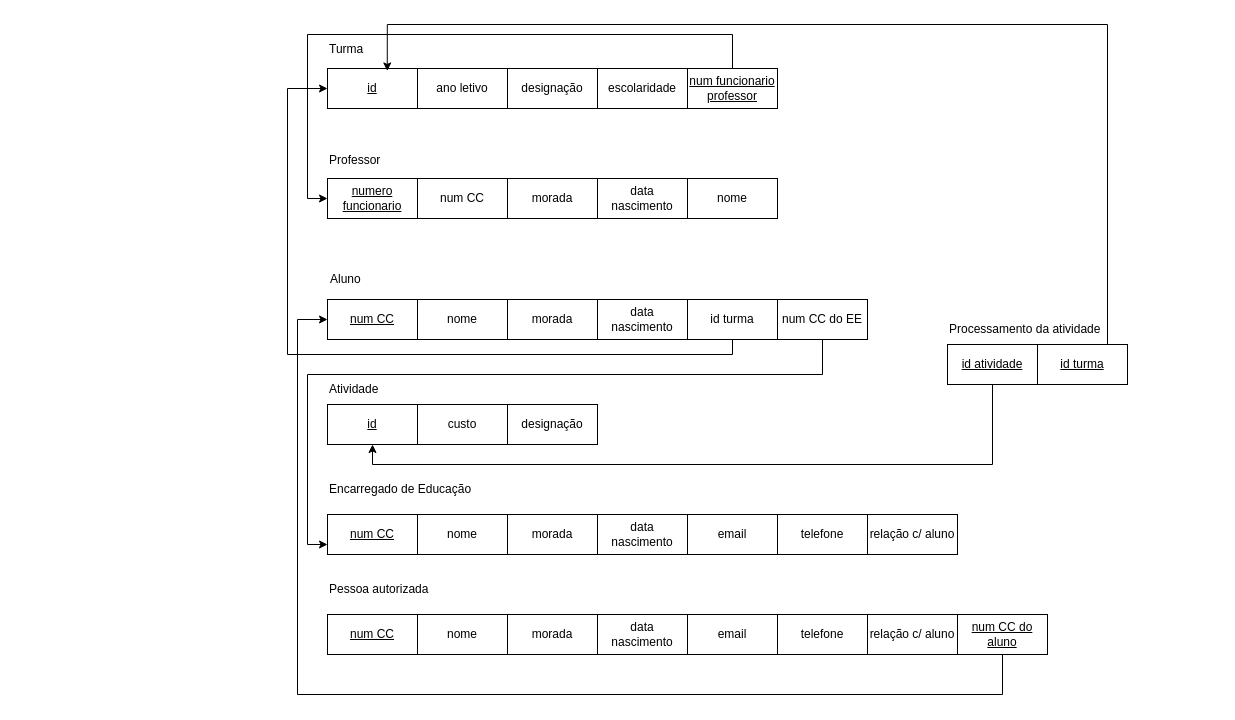
Before: Guião3/drawio/ex3_3d.drawio in rtavares018/BD, a draw.io diagram. Source tidied: cells renumbered, new cells numbered last; positions are measured from the earlier drawing's top-left corner, leaving out a move shared by most shapes. Both pictures are drawn from the tidied source at 100%, with x=0, y=0 at pixel (287, 24).
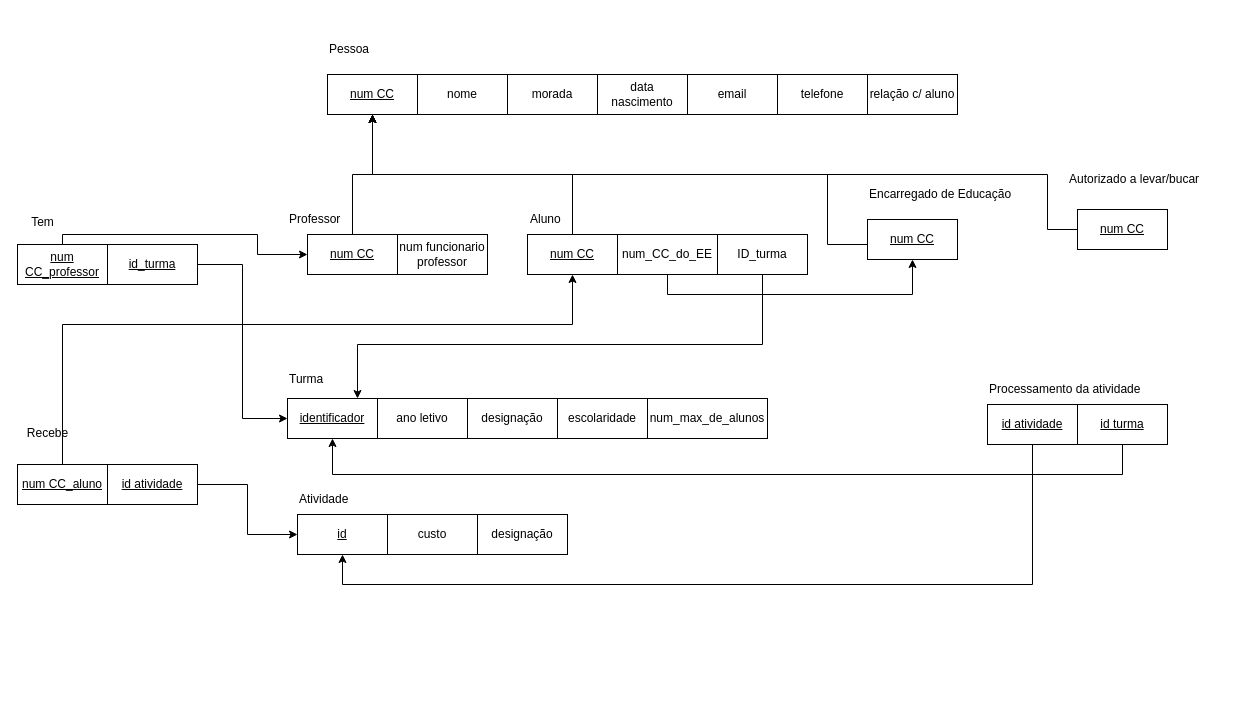
After the change.

What changed in the source:
```diff
@@
     <mxCell id="2" value="Turma" style="text;html=1;align=left;verticalAlign=middle;whiteSpace=wrap;rounded=0;" parent="1" vertex="1">
-      <mxGeometry x="40" y="10" width="60" height="30" as="geometry" />
+      <mxGeometry y="340" width="60" height="30" as="geometry" />
     </mxCell>
-    <mxCell id="3" value="&lt;u&gt;id&lt;/u&gt;" style="rounded=0;whiteSpace=wrap;html=1;" parent="1" vertex="1">
-      <mxGeometry x="40" y="44" width="90" height="40" as="geometry" />
+    <mxCell id="3" value="&lt;u&gt;identificador&lt;/u&gt;" style="rounded=0;whiteSpace=wrap;html=1;" parent="1" vertex="1">
+      <mxGeometry y="374" width="90" height="40" as="geometry" />
     </mxCell>
     <mxCell id="4" value="ano letivo" style="rounded=0;whiteSpace=wrap;html=1;" parent="1" vertex="1">
-      <mxGeometry x="130" y="44" width="90" height="40" as="geometry" />
+      <mxGeometry x="90" y="374" width="90" height="40" as="geometry" />
     </mxCell>
     <mxCell id="5" value="designação" style="rounded=0;whiteSpace=wrap;html=1;" parent="1" vertex="1">
-      <mxGeometry x="220" y="44" width="90" height="40" as="geometry" />
+      <mxGeometry x="180" y="374" width="90" height="40" as="geometry" />
     </mxCell>
-    <mxCell id="6" value="escolaridade" style="rounded=0;whiteSpace=wrap;html=1;" parent="1" vertex="1">
-      <mxGeometry x="310" y="44" width="90" height="40" as="geometry" />
+    <mxCell id="6" value="num_max_de_alunos" style="rounded=0;whiteSpace=wrap;html=1;" parent="1" vertex="1">
+      <mxGeometry x="360" y="374" width="120" height="40" as="geometry" />
     </mxCell>
     <mxCell id="7" value="Professor" style="text;html=1;align=left;verticalAlign=middle;whiteSpace=wrap;rounded=0;" parent="1" vertex="1">
-      <mxGeometry x="40" y="121" width="60" height="30" as="geometry" />
+      <mxGeometry y="180" width="60" height="30" as="geometry" />
     </mxCell>
-    <mxCell id="8" value="numero funcionario" style="rounded=0;whiteSpace=wrap;html=1;fontStyle=4;" parent="1" vertex="1">
-      <mxGeometry x="40" y="154" width="90" height="40" as="geometry" />
-    </mxCell>
+    <mxCell id="51" style="edgeStyle=orthogonalEdgeStyle;rounded=0;jettySize=auto;html=1;" parent="1" edge="1" source="9" target="35">
+      <mxGeometry relative="1" as="geometry" />
+    </mxCell>
-    <mxCell id="9" value="num CC" style="rounded=0;whiteSpace=wrap;html=1;" parent="1" vertex="1">
-      <mxGeometry x="130" y="154" width="90" height="40" as="geometry" />
+    <mxCell id="9" value="&lt;u&gt;num CC&lt;/u&gt;" style="rounded=0;whiteSpace=wrap;html=1;" parent="1" vertex="1">
+      <mxGeometry x="20" y="210" width="90" height="40" as="geometry" />
     </mxCell>
-    <mxCell id="10" style="edgeStyle=orthogonalEdgeStyle;rounded=0;jettySize=auto;html=1;entryX=0;entryY=0.5;entryDx=0;entryDy=0;" parent="1" edge="1" source="11" target="8">
-      <mxGeometry relative="1" as="geometry">
-        <Array as="points">
-          <mxPoint x="445" y="10" />
-          <mxPoint x="20" y="10" />
-          <mxPoint x="20" y="174" />
-        </Array>
-      </mxGeometry>
-    </mxCell>
-    <mxCell id="11" value="&lt;u&gt;num funcionario professor&lt;/u&gt;" style="rounded=0;whiteSpace=wrap;html=1;" parent="1" vertex="1">
-      <mxGeometry x="400" y="44" width="90" height="40" as="geometry" />
-    </mxCell>
-    <mxCell id="12" value="morada" style="rounded=0;whiteSpace=wrap;html=1;" parent="1" vertex="1">
-      <mxGeometry x="220" y="154" width="90" height="40" as="geometry" />
-    </mxCell>
     <mxCell id="13" value="designação" style="rounded=0;whiteSpace=wrap;html=1;" parent="1" vertex="1">
-      <mxGeometry x="220" y="380" width="90" height="40" as="geometry" />
+      <mxGeometry x="190" y="490" width="90" height="40" as="geometry" />
     </mxCell>
-    <mxCell id="14" value="data nascimento" style="rounded=0;whiteSpace=wrap;html=1;" parent="1" vertex="1">
-      <mxGeometry x="310" y="154" width="90" height="40" as="geometry" />
-    </mxCell>
-    <mxCell id="15" value="nome" style="rounded=0;whiteSpace=wrap;html=1;" parent="1" vertex="1">
-      <mxGeometry x="400" y="154" width="90" height="40" as="geometry" />
-    </mxCell>
     <mxCell id="16" value="Aluno" style="text;html=1;align=left;verticalAlign=middle;whiteSpace=wrap;rounded=0;" parent="1" vertex="1">
-      <mxGeometry x="41" y="240" width="60" height="30" as="geometry" />
+      <mxGeometry x="241" y="180" width="60" height="30" as="geometry" />
     </mxCell>
+    <mxCell id="52" style="edgeStyle=orthogonalEdgeStyle;rounded=0;jettySize=auto;html=1;entryX=0.5;entryY=1;entryDx=0;entryDy=0;" parent="1" edge="1" source="17" target="35">
+      <mxGeometry relative="1" as="geometry">
+        <Array as="points">
+          <mxPoint x="285" y="150" />
+          <mxPoint x="85" y="150" />
+        </Array>
+      </mxGeometry>
+    </mxCell>
     <mxCell id="17" value="num CC" style="rounded=0;whiteSpace=wrap;html=1;fontStyle=4;" parent="1" vertex="1">
-      <mxGeometry x="40" y="275" width="90" height="40" as="geometry" />
+      <mxGeometry x="240" y="210" width="90" height="40" as="geometry" />
     </mxCell>
-    <mxCell id="18" value="nome" style="rounded=0;whiteSpace=wrap;html=1;" parent="1" vertex="1">
-      <mxGeometry x="130" y="275" width="90" height="40" as="geometry" />
-    </mxCell>
-    <mxCell id="19" value="morada" style="rounded=0;whiteSpace=wrap;html=1;" parent="1" vertex="1">
-      <mxGeometry x="220" y="275" width="90" height="40" as="geometry" />
-    </mxCell>
-    <mxCell id="20" value="data nascimento" style="rounded=0;whiteSpace=wrap;html=1;" parent="1" vertex="1">
-      <mxGeometry x="310" y="275" width="90" height="40" as="geometry" />
-    </mxCell>
-    <mxCell id="21" style="edgeStyle=orthogonalEdgeStyle;rounded=0;jettySize=auto;html=1;entryX=0;entryY=0.5;entryDx=0;entryDy=0;" parent="1" edge="1" source="22" target="3">
-      <mxGeometry relative="1" as="geometry">
-        <Array as="points">
-          <mxPoint x="445" y="330" />
-          <mxPoint y="330" />
-          <mxPoint y="64" />
-        </Array>
-      </mxGeometry>
-    </mxCell>
-    <mxCell id="22" value="id turma" style="rounded=0;whiteSpace=wrap;html=1;" parent="1" vertex="1">
-      <mxGeometry x="400" y="275" width="90" height="40" as="geometry" />
-    </mxCell>
     <mxCell id="23" value="Atividade" style="text;html=1;align=left;verticalAlign=middle;whiteSpace=wrap;rounded=0;" parent="1" vertex="1">
-      <mxGeometry x="40" y="350" width="60" height="30" as="geometry" />
+      <mxGeometry x="10" y="460" width="60" height="30" as="geometry" />
     </mxCell>
     <mxCell id="24" value="id" style="rounded=0;whiteSpace=wrap;html=1;fontStyle=4;" parent="1" vertex="1">
-      <mxGeometry x="40" y="380" width="90" height="40" as="geometry" />
+      <mxGeometry x="10" y="490" width="90" height="40" as="geometry" />
     </mxCell>
     <mxCell id="25" value="custo" style="rounded=0;whiteSpace=wrap;html=1;" parent="1" vertex="1">
-      <mxGeometry x="130" y="380" width="90" height="40" as="geometry" />
+      <mxGeometry x="100" y="490" width="90" height="40" as="geometry" />
     </mxCell>
     <mxCell id="26" value="Encarregado de Educação" style="text;html=1;align=left;verticalAlign=middle;whiteSpace=wrap;rounded=0;" parent="1" vertex="1">
-      <mxGeometry x="40" y="450" width="150" height="30" as="geometry" />
+      <mxGeometry x="580" y="155" width="150" height="30" as="geometry" />
     </mxCell>
+    <mxCell id="53" style="edgeStyle=orthogonalEdgeStyle;rounded=0;jettySize=auto;html=1;entryX=0.5;entryY=1;entryDx=0;entryDy=0;" parent="1" edge="1" source="27" target="35">
+      <mxGeometry relative="1" as="geometry">
+        <Array as="points">
+          <mxPoint x="540" y="220" />
+          <mxPoint x="540" y="150" />
+          <mxPoint x="85" y="150" />
+        </Array>
+      </mxGeometry>
+    </mxCell>
     <mxCell id="27" value="num CC" style="rounded=0;whiteSpace=wrap;html=1;fontStyle=4;" parent="1" vertex="1">
-      <mxGeometry x="40" y="490" width="90" height="40" as="geometry" />
+      <mxGeometry x="580" y="195" width="90" height="40" as="geometry" />
     </mxCell>
-    <mxCell id="28" value="nome" style="rounded=0;whiteSpace=wrap;html=1;" parent="1" vertex="1">
-      <mxGeometry x="130" y="490" width="90" height="40" as="geometry" />
-    </mxCell>
-    <mxCell id="29" value="morada" style="rounded=0;whiteSpace=wrap;html=1;" parent="1" vertex="1">
-      <mxGeometry x="220" y="490" width="90" height="40" as="geometry" />
-    </mxCell>
-    <mxCell id="30" value="data nascimento" style="rounded=0;whiteSpace=wrap;html=1;" parent="1" vertex="1">
-      <mxGeometry x="310" y="490" width="90" height="40" as="geometry" />
-    </mxCell>
-    <mxCell id="31" value="email" style="rounded=0;whiteSpace=wrap;html=1;" parent="1" vertex="1">
-      <mxGeometry x="400" y="490" width="90" height="40" as="geometry" />
-    </mxCell>
-    <mxCell id="32" value="relação c/ aluno" style="rounded=0;whiteSpace=wrap;html=1;" parent="1" vertex="1">
-      <mxGeometry x="580" y="490" width="90" height="40" as="geometry" />
-    </mxCell>
-    <mxCell id="33" value="telefone" style="rounded=0;whiteSpace=wrap;html=1;" parent="1" vertex="1">
-      <mxGeometry x="490" y="490" width="90" height="40" as="geometry" />
-    </mxCell>
-    <mxCell id="34" value="Pessoa autorizada" style="text;html=1;align=left;verticalAlign=middle;whiteSpace=wrap;rounded=0;" parent="1" vertex="1">
-      <mxGeometry x="40" y="550" width="150" height="30" as="geometry" />
+    <mxCell id="34" value="Pessoa&amp;nbsp;" style="text;html=1;align=left;verticalAlign=middle;whiteSpace=wrap;rounded=0;" parent="1" vertex="1">
+      <mxGeometry x="40" y="10" width="150" height="30" as="geometry" />
     </mxCell>
     <mxCell id="35" value="num CC" style="rounded=0;whiteSpace=wrap;html=1;fontStyle=4;" parent="1" vertex="1">
-      <mxGeometry x="40" y="590" width="90" height="40" as="geometry" />
+      <mxGeometry x="40" y="50" width="90" height="40" as="geometry" />
     </mxCell>
     <mxCell id="36" value="nome" style="rounded=0;whiteSpace=wrap;html=1;" parent="1" vertex="1">
-      <mxGeometry x="130" y="590" width="90" height="40" as="geometry" />
+      <mxGeometry x="130" y="50" width="90" height="40" as="geometry" />
     </mxCell>
     <mxCell id="37" value="morada" style="rounded=0;whiteSpace=wrap;html=1;" parent="1" vertex="1">
-      <mxGeometry x="220" y="590" width="90" height="40" as="geometry" />
+      <mxGeometry x="220" y="50" width="90" height="40" as="geometry" />
     </mxCell>
     <mxCell id="38" value="data nascimento" style="rounded=0;whiteSpace=wrap;html=1;" parent="1" vertex="1">
-      <mxGeometry x="310" y="590" width="90" height="40" as="geometry" />
+      <mxGeometry x="310" y="50" width="90" height="40" as="geometry" />
     </mxCell>
     <mxCell id="39" value="email" style="rounded=0;whiteSpace=wrap;html=1;" parent="1" vertex="1">
-      <mxGeometry x="400" y="590" width="90" height="40" as="geometry" />
+      <mxGeometry x="400" y="50" width="90" height="40" as="geometry" />
     </mxCell>
     <mxCell id="40" value="relação c/ aluno" style="rounded=0;whiteSpace=wrap;html=1;" parent="1" vertex="1">
-      <mxGeometry x="580" y="590" width="90" height="40" as="geometry" />
+      <mxGeometry x="580" y="50" width="90" height="40" as="geometry" />
     </mxCell>
     <mxCell id="41" value="telefone" style="rounded=0;whiteSpace=wrap;html=1;" parent="1" vertex="1">
-      <mxGeometry x="490" y="590" width="90" height="40" as="geometry" />
+      <mxGeometry x="490" y="50" width="90" height="40" as="geometry" />
     </mxCell>
-    <mxCell id="42" style="edgeStyle=orthogonalEdgeStyle;rounded=0;jettySize=auto;html=1;entryX=0;entryY=0.75;entryDx=0;entryDy=0;" parent="1" edge="1" source="43" target="27">
-      <mxGeometry relative="1" as="geometry">
-        <Array as="points">
-          <mxPoint x="535" y="350" />
-          <mxPoint x="20" y="350" />
-          <mxPoint x="20" y="520" />
-        </Array>
-      </mxGeometry>
-    </mxCell>
-    <mxCell id="43" value="num CC do EE" style="rounded=0;whiteSpace=wrap;html=1;" parent="1" vertex="1">
-      <mxGeometry x="490" y="275" width="90" height="40" as="geometry" />
-    </mxCell>
     <mxCell id="44" value="Processamento da atividade" style="text;html=1;align=left;verticalAlign=middle;whiteSpace=wrap;rounded=0;" parent="1" vertex="1">
-      <mxGeometry x="660" y="290" width="160" height="30" as="geometry" />
+      <mxGeometry x="700" y="350" width="160" height="30" as="geometry" />
     </mxCell>
     <mxCell id="45" style="edgeStyle=orthogonalEdgeStyle;rounded=0;jettySize=auto;html=1;entryX=0.5;entryY=1;entryDx=0;entryDy=0;" parent="1" edge="1" source="46" target="24">
       <mxGeometry relative="1" as="geometry">
         <Array as="points">
-          <mxPoint x="705" y="440" />
-          <mxPoint x="85" y="440" />
+          <mxPoint x="745" y="560" />
+          <mxPoint x="55" y="560" />
         </Array>
       </mxGeometry>
     </mxCell>
     <mxCell id="46" value="id atividade" style="rounded=0;whiteSpace=wrap;html=1;fontStyle=4;" parent="1" vertex="1">
-      <mxGeometry x="660" y="320" width="90" height="40" as="geometry" />
+      <mxGeometry x="700" y="380" width="90" height="40" as="geometry" />
     </mxCell>
-    <mxCell id="47" style="edgeStyle=orthogonalEdgeStyle;rounded=0;jettySize=auto;html=1;entryX=0.664;entryY=0.061;entryDx=0;entryDy=0;entryPerimeter=0;" parent="1" edge="1" source="48" target="3">
+    <mxCell id="47" style="edgeStyle=orthogonalEdgeStyle;rounded=0;jettySize=auto;html=1;entryX=0.5;entryY=1;entryDx=0;entryDy=0;" parent="1" edge="1" source="48" target="3">
       <mxGeometry relative="1" as="geometry">
         <Array as="points">
-          <mxPoint x="820" />
-          <mxPoint x="100" />
+          <mxPoint x="835" y="450" />
+          <mxPoint x="45" y="450" />
         </Array>
       </mxGeometry>
     </mxCell>
     <mxCell id="48" value="id turma" style="rounded=0;whiteSpace=wrap;html=1;fontStyle=4;" parent="1" vertex="1">
-      <mxGeometry x="750" y="320" width="90" height="40" as="geometry" />
+      <mxGeometry x="790" y="380" width="90" height="40" as="geometry" />
     </mxCell>
-    <mxCell id="49" style="edgeStyle=orthogonalEdgeStyle;rounded=0;jettySize=auto;html=1;entryX=0;entryY=0.5;entryDx=0;entryDy=0;" parent="1" edge="1" source="50" target="17">
-      <mxGeometry relative="1" as="geometry">
-        <Array as="points">
-          <mxPoint x="715" y="670" />
-          <mxPoint x="10" y="670" />
-          <mxPoint x="10" y="295" />
-        </Array>
-      </mxGeometry>
-    </mxCell>
-    <mxCell id="50" value="&lt;u&gt;num CC do aluno&lt;/u&gt;" style="rounded=0;whiteSpace=wrap;html=1;" parent="1" vertex="1">
-      <mxGeometry x="670" y="590" width="90" height="40" as="geometry" />
-    </mxCell>
+    <mxCell id="54" value="escolaridade" style="rounded=0;whiteSpace=wrap;html=1;" parent="1" vertex="1">
+      <mxGeometry x="270" y="374" width="90" height="40" as="geometry" />
+    </mxCell>
+    <mxCell id="11" value="num funcionario professor" style="rounded=0;whiteSpace=wrap;html=1;" parent="1" vertex="1">
+      <mxGeometry x="110" y="210" width="90" height="40" as="geometry" />
+    </mxCell>
+    <mxCell id="55" style="edgeStyle=orthogonalEdgeStyle;rounded=0;jettySize=auto;html=1;entryX=0.5;entryY=1;entryDx=0;entryDy=0;" parent="1" edge="1" source="56" target="27">
+      <mxGeometry relative="1" as="geometry">
+        <Array as="points">
+          <mxPoint x="380" y="270" />
+          <mxPoint x="625" y="270" />
+        </Array>
+      </mxGeometry>
+    </mxCell>
+    <mxCell id="56" value="num_CC_do_EE" style="rounded=0;whiteSpace=wrap;html=1;" parent="1" vertex="1">
+      <mxGeometry x="330" y="210" width="100" height="40" as="geometry" />
+    </mxCell>
+    <mxCell id="57" style="edgeStyle=orthogonalEdgeStyle;rounded=0;jettySize=auto;html=1;" parent="1" edge="1" source="58" target="3">
+      <mxGeometry relative="1" as="geometry">
+        <Array as="points">
+          <mxPoint x="475" y="320" />
+          <mxPoint x="70" y="320" />
+        </Array>
+      </mxGeometry>
+    </mxCell>
+    <mxCell id="58" value="ID_turma" style="rounded=0;whiteSpace=wrap;html=1;" parent="1" vertex="1">
+      <mxGeometry x="430" y="210" width="90" height="40" as="geometry" />
+    </mxCell>
+    <mxCell id="59" value="Autorizado a levar/bucar" style="text;html=1;align=left;verticalAlign=middle;whiteSpace=wrap;rounded=0;" parent="1" vertex="1">
+      <mxGeometry x="780" y="140" width="150" height="30" as="geometry" />
+    </mxCell>
+    <mxCell id="60" style="edgeStyle=orthogonalEdgeStyle;rounded=0;jettySize=auto;html=1;entryX=0.5;entryY=1;entryDx=0;entryDy=0;" parent="1" edge="1" source="61" target="35">
+      <mxGeometry relative="1" as="geometry">
+        <Array as="points">
+          <mxPoint x="760" y="205" />
+          <mxPoint x="760" y="150" />
+          <mxPoint x="85" y="150" />
+        </Array>
+      </mxGeometry>
+    </mxCell>
+    <mxCell id="61" value="num CC" style="rounded=0;whiteSpace=wrap;html=1;fontStyle=4;" parent="1" vertex="1">
+      <mxGeometry x="790" y="185" width="90" height="40" as="geometry" />
+    </mxCell>
+    <mxCell id="62" value="Tem&lt;div&gt;&lt;br&gt;&lt;/div&gt;" style="text;html=1;align=center;verticalAlign=middle;strokeColor=none;fillColor=none;" parent="1" vertex="1">
+      <mxGeometry x="-270" y="185" width="50" height="40" as="geometry" />
+    </mxCell>
+    <mxCell id="63" style="edgeStyle=orthogonalEdgeStyle;rounded=0;jettySize=auto;html=1;entryX=0;entryY=0.5;entryDx=0;entryDy=0;" parent="1" edge="1" source="64" target="9">
+      <mxGeometry relative="1" as="geometry">
+        <Array as="points">
+          <mxPoint x="-225" y="210" />
+          <mxPoint x="-30" y="210" />
+          <mxPoint x="-30" y="230" />
+        </Array>
+      </mxGeometry>
+    </mxCell>
+    <mxCell id="64" value="&lt;u&gt;num CC_professor&lt;/u&gt;" style="rounded=0;whiteSpace=wrap;html=1;" parent="1" vertex="1">
+      <mxGeometry x="-270" y="220" width="90" height="40" as="geometry" />
+    </mxCell>
+    <mxCell id="65" style="edgeStyle=orthogonalEdgeStyle;rounded=0;jettySize=auto;html=1;entryX=0;entryY=0.5;entryDx=0;entryDy=0;" parent="1" edge="1" source="66" target="3">
+      <mxGeometry relative="1" as="geometry" />
+    </mxCell>
+    <mxCell id="66" value="&lt;u&gt;id_turma&lt;/u&gt;" style="rounded=0;whiteSpace=wrap;html=1;" parent="1" vertex="1">
+      <mxGeometry x="-180" y="220" width="90" height="40" as="geometry" />
+    </mxCell>
+    <mxCell id="67" value="Recebe" style="text;html=1;align=center;verticalAlign=middle;strokeColor=none;fillColor=none;" parent="1" vertex="1">
+      <mxGeometry x="-270" y="394" width="60" height="30" as="geometry" />
+    </mxCell>
+    <mxCell id="68" style="edgeStyle=orthogonalEdgeStyle;rounded=0;jettySize=auto;html=1;entryX=0.5;entryY=1;entryDx=0;entryDy=0;" parent="1" edge="1" source="69" target="17">
+      <mxGeometry relative="1" as="geometry">
+        <Array as="points">
+          <mxPoint x="-225" y="300" />
+          <mxPoint x="285" y="300" />
+        </Array>
+      </mxGeometry>
+    </mxCell>
+    <mxCell id="69" value="num CC_aluno" style="rounded=0;whiteSpace=wrap;html=1;fontStyle=4;" parent="1" vertex="1">
+      <mxGeometry x="-270" y="440" width="90" height="40" as="geometry" />
+    </mxCell>
+    <mxCell id="70" style="edgeStyle=orthogonalEdgeStyle;rounded=0;jettySize=auto;html=1;entryX=0;entryY=0.5;entryDx=0;entryDy=0;" parent="1" edge="1" source="71" target="24">
+      <mxGeometry relative="1" as="geometry" />
+    </mxCell>
+    <mxCell id="71" value="id atividade" style="rounded=0;whiteSpace=wrap;html=1;fontStyle=4;" parent="1" vertex="1">
+      <mxGeometry x="-180" y="440" width="90" height="40" as="geometry" />
+    </mxCell>
```
